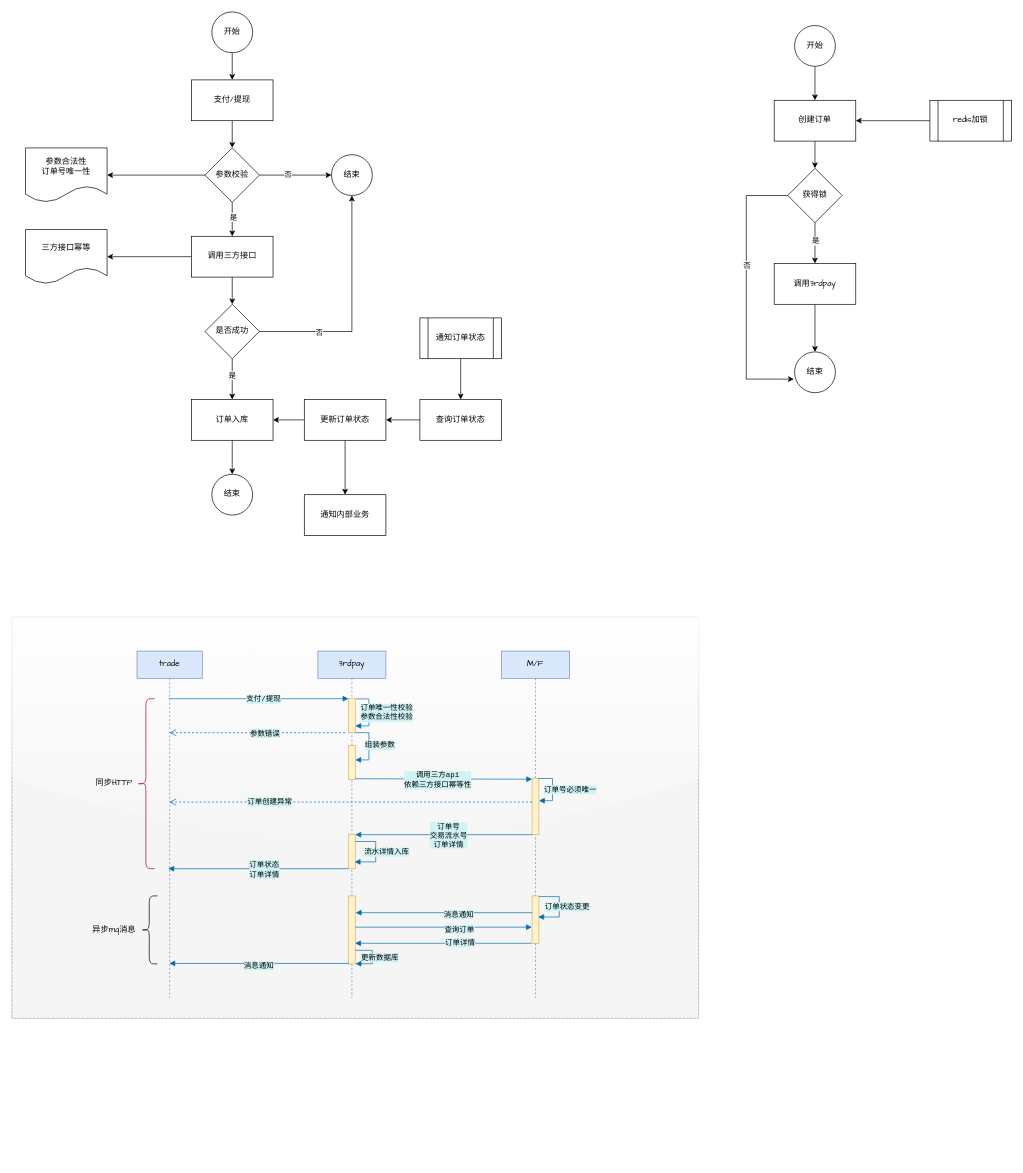
Above: page "支付/提现接口幂等方案" (4 of 4) of 支付流程.drawio in jarcn/pic (draw.io), before the change. Source tidied: cells renumbered, new cells numbered last; positions are measured from the earlier drawing's top-left corner, leaving out a move shared by most shapes. Both pictures are drawn from the tidied source at 68%, with x=0, y=0 at pixel (12, 12).
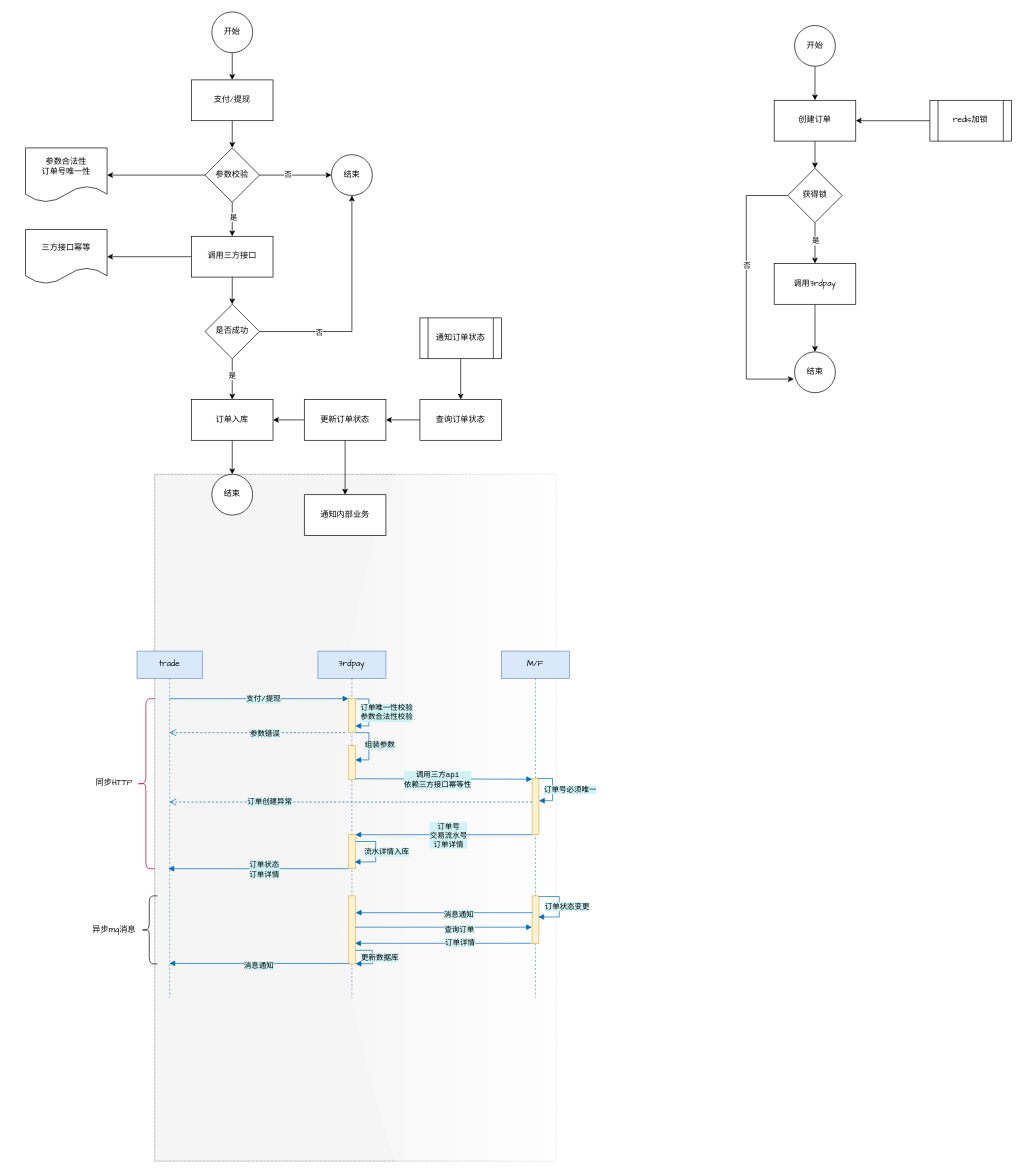
Above is the later version.

Commit message (it also covers changes not shown here):
更新支付流程.drawio

Change to the diagram source:
```diff
@@
-    <mxCell id="2" style="rounded=0;whiteSpace=wrap;html=1;shadow=0;fillColor=#f5f5f5;fontColor=#333333;strokeColor=#666666;dashed=1;dashPattern=1 1;glass=1;sketch=0;align=left;fontFamily=Comic Sans MS;fontStyle=1;" parent="1" vertex="1">
-      <mxGeometry y="890" width="1010" height="590" as="geometry" />
+    <mxCell id="2" style="rounded=0;whiteSpace=wrap;html=1;shadow=0;fillColor=#f5f5f5;fontColor=#333333;strokeColor=#666666;dashed=1;dashPattern=1 1;glass=1;sketch=0;align=left;fontFamily=Comic Sans MS;fontStyle=1;direction=south;" parent="1" vertex="1">
+      <mxGeometry x="210" y="680" width="590" height="1010" as="geometry" />
     </mxCell>
```
